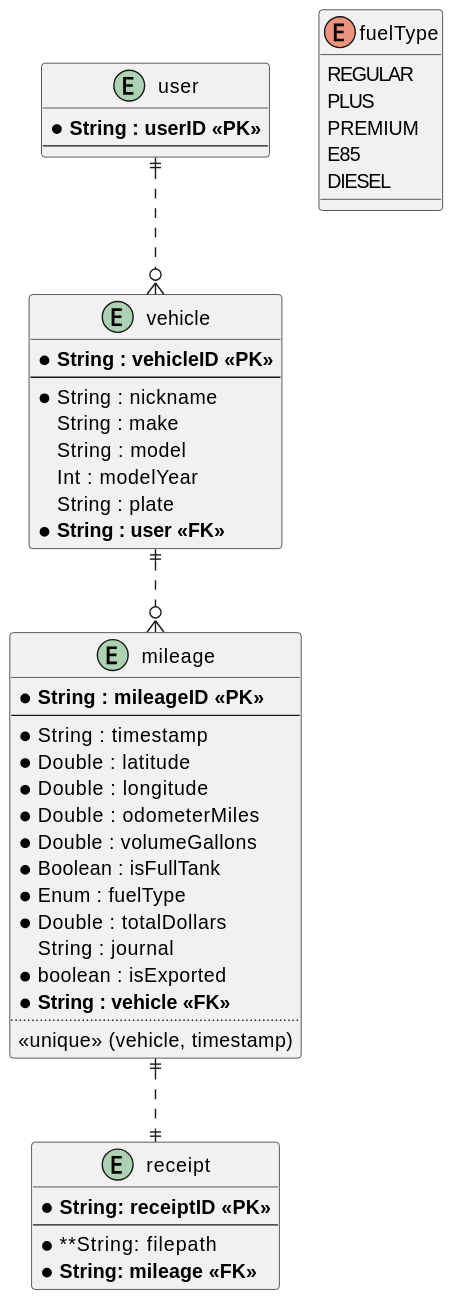
Before: diagrams/erd.svg, a diagram exported from PlantUML (officialBeebe/FuelBuddy). The source it was exported from:
```plantuml
@startuml
entity "user" as u {
        * **String : userID <<PK>>**
        --
}


entity "vehicle" as v {
        * **String : vehicleID <<PK>>**
        --
        * String : nickname
        String : make
        String : model
        Int : modelYear
        String : plate
        * **String : user <<FK>>**
}


entity "mileage" as m {
        * **String : mileageID <<PK>>**
        --
        * String : timestamp
        * Double : latitude
        * Double : longitude
        * Double : odometerMiles
        * Double : volumeGallons
        * Boolean : isFullTank
        * Enum : fuelType
        * Double : totalDollars
        String : journal
        * boolean : isExported
        * **String : vehicle <<FK>>**
        ..
        <<unique>> (vehicle, timestamp)
}

entity "receipt" as mr {
        * **String: receiptID <<PK>>**
        --
        * **String: filepath
        * **String: mileage <<FK>>**
}

enum "fuelType" as ft {
        REGULAR
        PLUS
        PREMIUM
        E85
        DIESEL
}

u ||..o{ v
v ||..o{ m
m ||..|| mr
@enduml
```
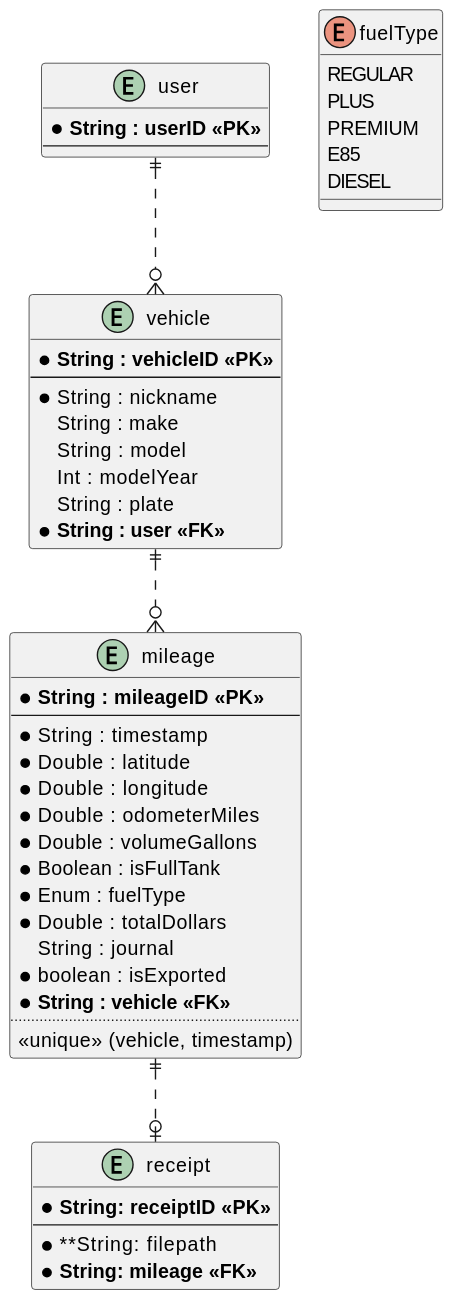
Later version of the same file.

The edit, as a diff of the source:
```diff
@@ -52,5 +52,5 @@
 
 u ||..o{ v
 v ||..o{ m
-m ||..|| mr
+m ||..o| mr
 @enduml
```
